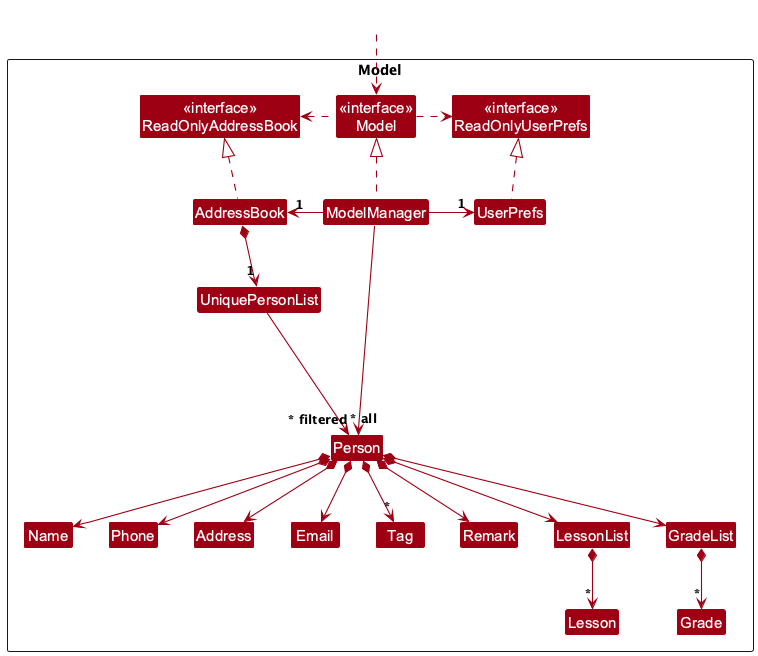
tonyvict/tp keeps this PlantUML diagram as docs/images/ModelClassDiagram.png. Above is the earlier version. Its diagram source:
```plantuml
@startuml
!include style.puml
skinparam arrowThickness 1.1
skinparam arrowColor MODEL_COLOR
skinparam classBackgroundColor MODEL_COLOR

Package Model as ModelPackage <<Rectangle>>{
Class "<<interface>>\nReadOnlyAddressBook" as ReadOnlyAddressBook
Class "<<interface>>\nReadOnlyUserPrefs" as ReadOnlyUserPrefs
Class "<<interface>>\nModel" as Model
Class AddressBook
Class ModelManager
Class UserPrefs

Class UniquePersonList
Class Person
Class Address
Class Email
Class Name
Class Phone
Class Tag
Class Remark
Class Lesson
Class LessonList
Class Grade
Class GradeList

Class I #FFFFFF
}

Class HiddenOutside #FFFFFF
HiddenOutside ..> Model

AddressBook .up.|> ReadOnlyAddressBook

ModelManager .up.|> Model
Model .right.> ReadOnlyUserPrefs
Model .left.> ReadOnlyAddressBook
ModelManager -left-> "1" AddressBook
ModelManager -right-> "1" UserPrefs
UserPrefs .up.|> ReadOnlyUserPrefs

AddressBook *--> "1" UniquePersonList
UniquePersonList --> "~* all" Person
Person *--> Name
Person *--> Phone
Person *--> Email
Person *--> Address
Person *--> "*" Tag
Person *--> Remark
Person *--> LessonList
LessonList *--> "*" Lesson
Person *--> GradeList
GradeList *--> "*" Grade

Person -[hidden]up--> I
UniquePersonList -[hidden]right-> I

Name -[hidden]right-> Phone
Phone -[hidden]right-> Address
Address -[hidden]right-> Email

ModelManager --> "~* filtered" Person
@enduml
```
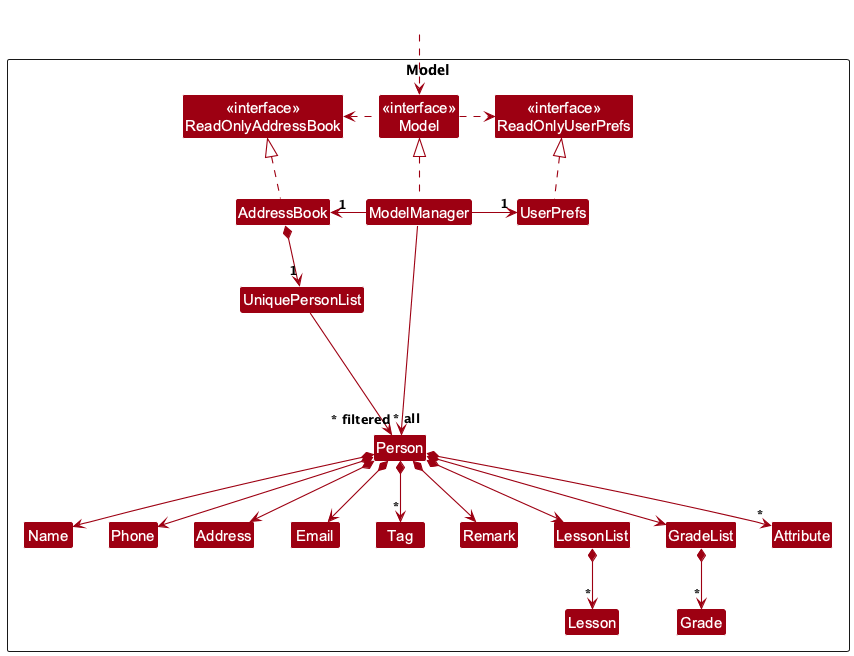
After the commit.

Commit message:
docs: Add Attribute to ModelClassDiagram

The edit, as a diff of the source:
```diff
@@ -24,6 +24,7 @@
 Class LessonList
 Class Grade
 Class GradeList
+Class Attribute
 
 Class I #FFFFFF
 }
@@ -47,6 +48,7 @@
 Person *--> Email
 Person *--> Address
 Person *--> "*" Tag
+Person *--> "*" Attribute
 Person *--> Remark
 Person *--> LessonList
 LessonList *--> "*" Lesson
```
